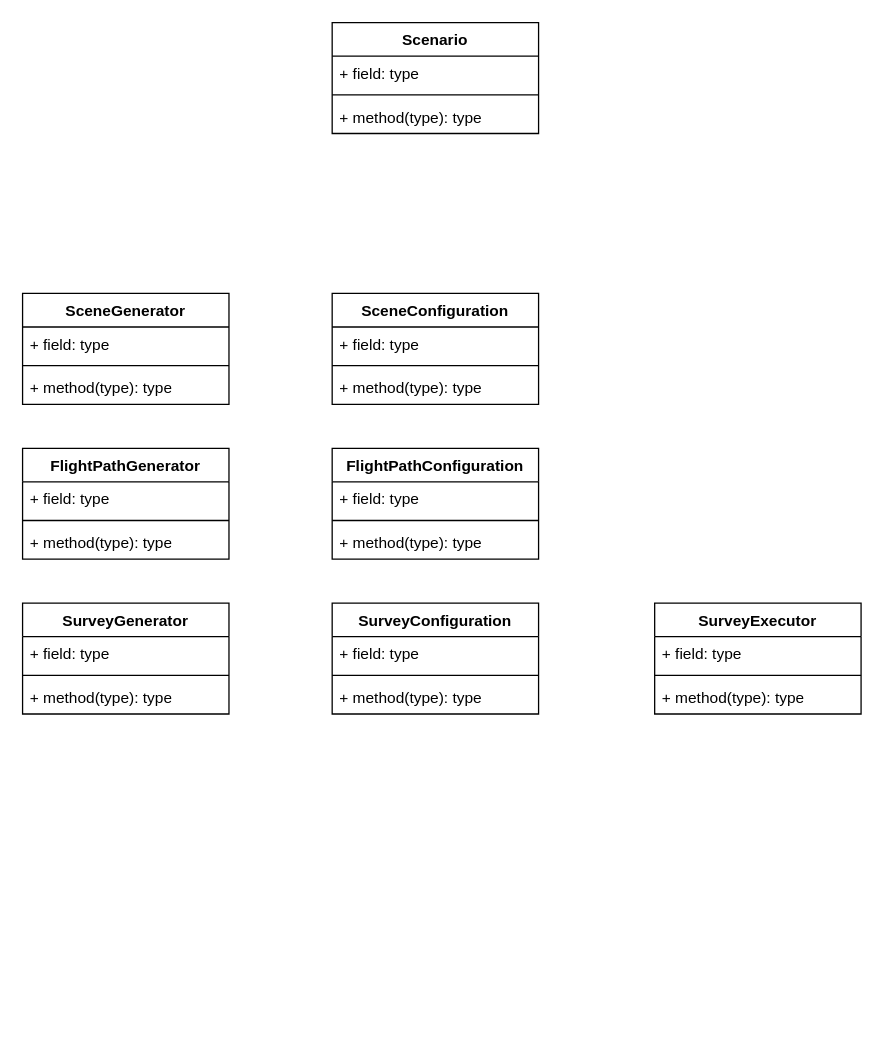
This is uml/city-to-scan-to-city.drawio from florifal/city-to-scan-to-city, a draw.io file, before an edit. Source tidied: cells renumbered, new cells numbered last; positions are measured from the earlier drawing's top-left corner, leaving out a move shared by most shapes. Both pictures are drawn from the tidied source at 129%, with x=0, y=0 at pixel (22, 22).
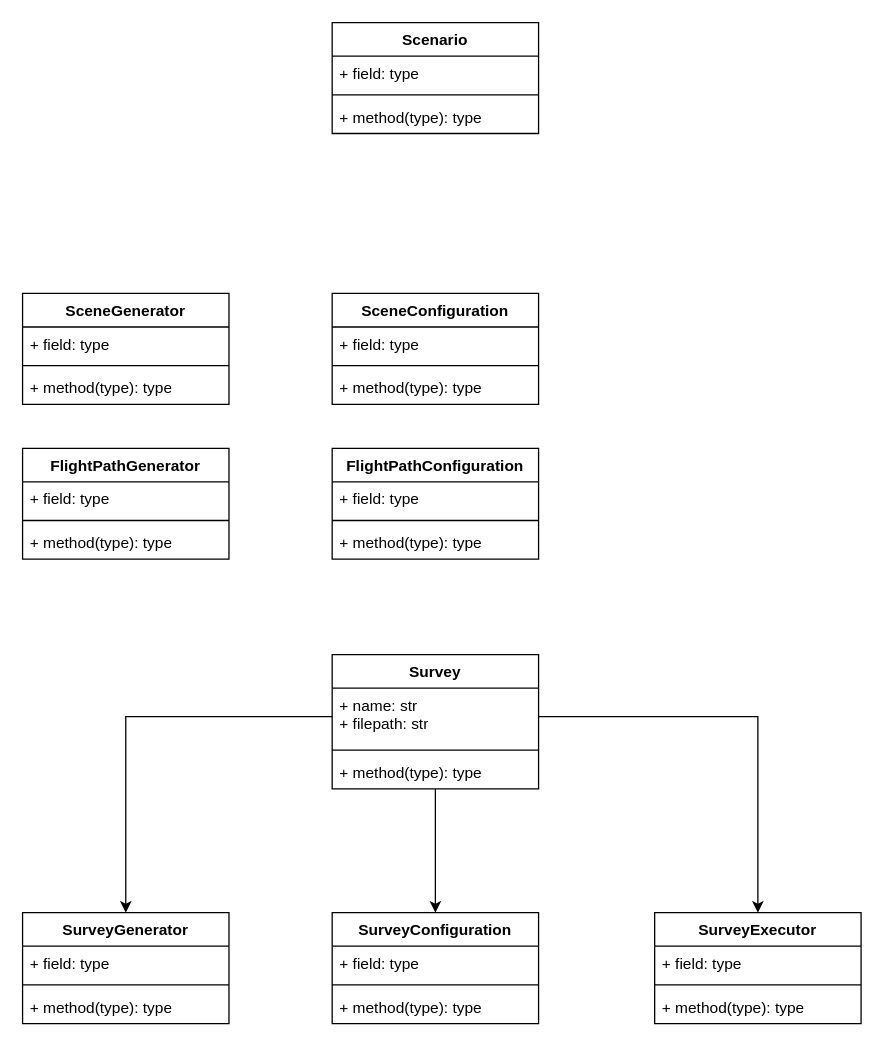
The same diagram, later.

The edit, as a diff of the source:
```diff
@@
     <mxCell id="2" value="SurveyGenerator" style="swimlane;fontStyle=1;align=center;verticalAlign=top;horizontal=1;startSize=26;whiteSpace=wrap;html=1;" parent="1" vertex="1">
-      <mxGeometry y="450" width="160" height="86" as="geometry" />
+      <mxGeometry y="690" width="160" height="86" as="geometry" />
     </mxCell>
@@
     <mxCell id="6" value="SurveyConfiguration" style="swimlane;fontStyle=1;align=center;verticalAlign=top;horizontal=1;startSize=26;whiteSpace=wrap;html=1;" parent="1" vertex="1">
-      <mxGeometry x="240" y="450" width="160" height="86" as="geometry" />
+      <mxGeometry x="240" y="690" width="160" height="86" as="geometry" />
     </mxCell>
@@
     <mxCell id="10" value="SurveyExecutor" style="swimlane;fontStyle=1;align=center;verticalAlign=top;horizontal=1;startSize=26;whiteSpace=wrap;html=1;" parent="1" vertex="1">
-      <mxGeometry x="490" y="450" width="160" height="86" as="geometry" />
+      <mxGeometry x="490" y="690" width="160" height="86" as="geometry" />
     </mxCell>
@@
+    <mxCell id="34" style="edgeStyle=orthogonalEdgeStyle;rounded=0;jettySize=auto;html=1;entryX=0.5;entryY=0;entryDx=0;entryDy=0;endArrow=classic;endFill=1;verticalAlign=middle;" parent="1" edge="1" source="35" target="6">
+      <mxGeometry relative="1" as="geometry" />
+    </mxCell>
+    <mxCell id="35" value="Survey" style="swimlane;fontStyle=1;align=center;verticalAlign=top;horizontal=1;startSize=26;whiteSpace=wrap;html=1;" parent="1" vertex="1">
+      <mxGeometry x="240" y="490" width="160" height="104" as="geometry" />
+    </mxCell>
+    <mxCell id="36" value="+ name: str&lt;div&gt;+ filepath: str&lt;/div&gt;" style="text;strokeColor=none;fillColor=none;align=left;verticalAlign=top;spacingLeft=4;spacingRight=4;overflow=hidden;points=[[0,0.5],[1,0.5]];portConstraint=eastwest;whiteSpace=wrap;html=1;" parent="35" vertex="1">
+      <mxGeometry y="26" width="160" height="44" as="geometry" />
+    </mxCell>
+    <mxCell id="37" style="line;strokeWidth=1;fillColor=none;align=left;verticalAlign=middle;spacingTop=-1;spacingLeft=3;spacingRight=3;labelPosition=right;strokeColor=inherit;" parent="35" vertex="1">
+      <mxGeometry y="70" width="160" height="8" as="geometry" />
+    </mxCell>
+    <mxCell id="38" value="+ method(type): type" style="text;strokeColor=none;fillColor=none;align=left;verticalAlign=top;spacingLeft=4;spacingRight=4;overflow=hidden;whiteSpace=wrap;html=1;" parent="35" vertex="1">
+      <mxGeometry y="78" width="160" height="26" as="geometry" />
+    </mxCell>
+    <mxCell id="39" style="edgeStyle=orthogonalEdgeStyle;rounded=0;jettySize=auto;html=1;exitX=0;exitY=0.5;exitDx=0;exitDy=0;entryX=0.5;entryY=0;entryDx=0;entryDy=0;" parent="1" edge="1" source="36" target="2">
+      <mxGeometry relative="1" as="geometry" />
+    </mxCell>
+    <mxCell id="40" style="edgeStyle=orthogonalEdgeStyle;rounded=0;jettySize=auto;html=1;" parent="1" edge="1" source="36" target="10">
+      <mxGeometry relative="1" as="geometry" />
+    </mxCell>
```
